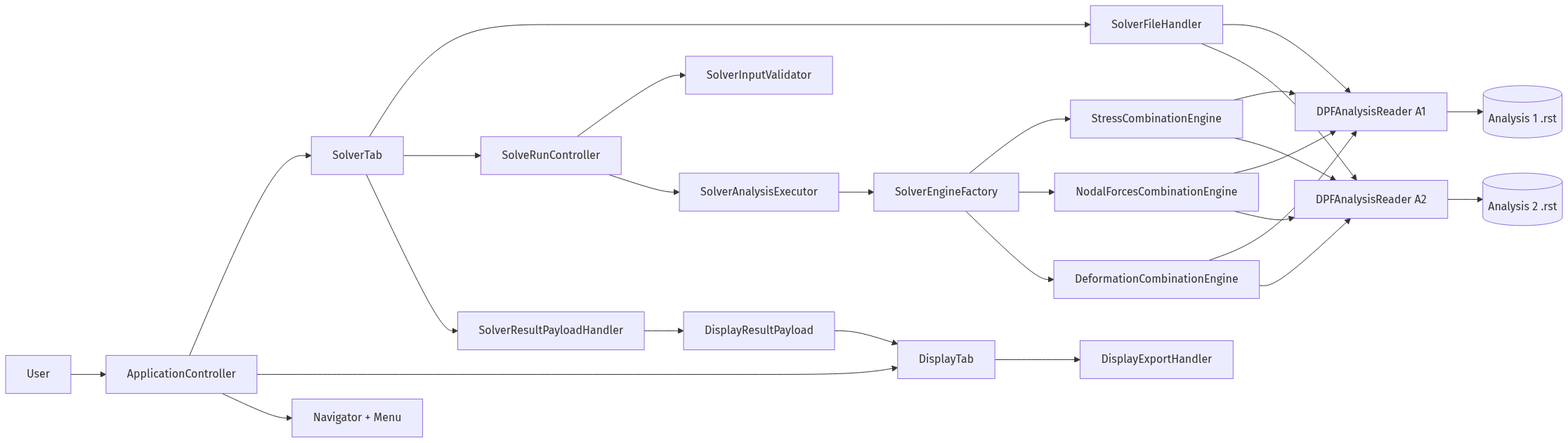
This is docs/architecture_diagrams/component_map.png from emreatay993/MARS-SC, a Mermaid export, as it was before one commit. Its source is kept beside it as docs/architecture_diagrams/component_map.mmd. Source of this version:
```mermaid
flowchart LR
    U[User] --> AC[ApplicationController]
    AC --> ST[SolverTab]
    AC --> DT[DisplayTab]
    AC --> NAV[Navigator + Menu]

    ST --> FH[SolverFileHandler]
    ST --> SRC[SolveRunController]
    ST --> SRPH[SolverResultPayloadHandler]

    SRC --> SIV[SolverInputValidator]
    SRC --> SAE[SolverAnalysisExecutor]
    SAE --> SEF[SolverEngineFactory]

    SEF --> SSE[StressCombinationEngine]
    SEF --> NFE[NodalForcesCombinationEngine]
    SEF --> DFE[DeformationCombinationEngine]

    FH --> R1[DPFAnalysisReader A1]
    FH --> R2[DPFAnalysisReader A2]
    SSE --> R1
    SSE --> R2
    NFE --> R1
    NFE --> R2
    DFE --> R1
    DFE --> R2

    R1 --> A1[(Analysis 1 .rst)]
    R2 --> A2[(Analysis 2 .rst)]

    SRPH --> PAY[DisplayResultPayload]
    PAY --> DT
    DT --> EXP[DisplayExportHandler]
```
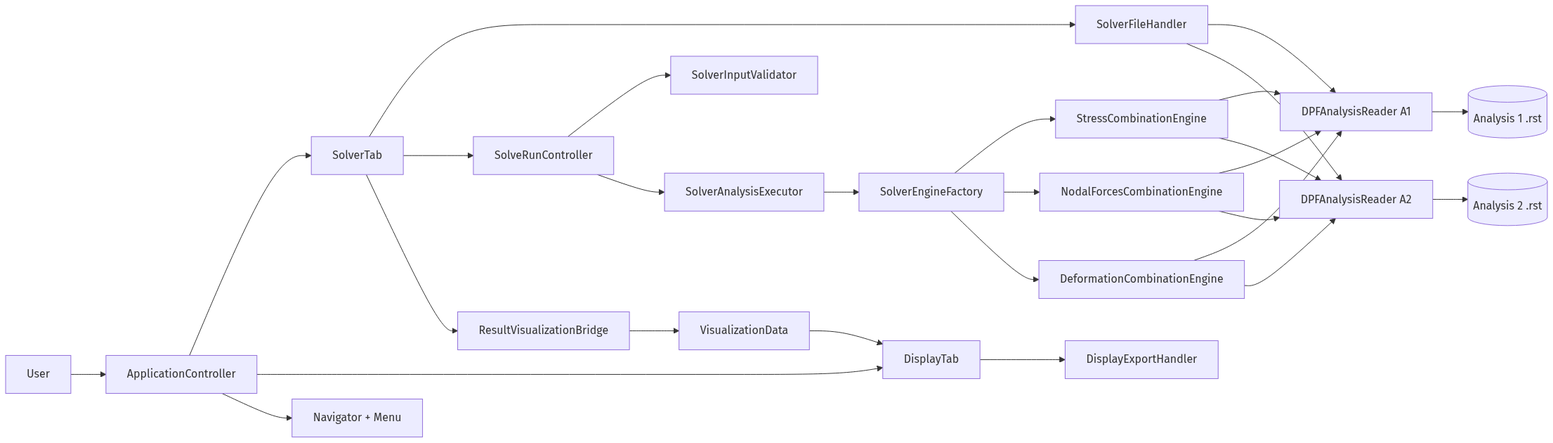
The same file after the commit.

Change to the diagram source:
```diff
@@ -6,7 +6,7 @@
 
     ST --> FH[SolverFileHandler]
     ST --> SRC[SolveRunController]
-    ST --> SRPH[SolverResultPayloadHandler]
+    ST --> SRPH[ResultVisualizationBridge]
 
     SRC --> SIV[SolverInputValidator]
     SRC --> SAE[SolverAnalysisExecutor]
@@ -28,6 +28,6 @@
     R1 --> A1[(Analysis 1 .rst)]
     R2 --> A2[(Analysis 2 .rst)]
 
-    SRPH --> PAY[DisplayResultPayload]
+    SRPH --> PAY[VisualizationData]
     PAY --> DT
     DT --> EXP[DisplayExportHandler]
```
